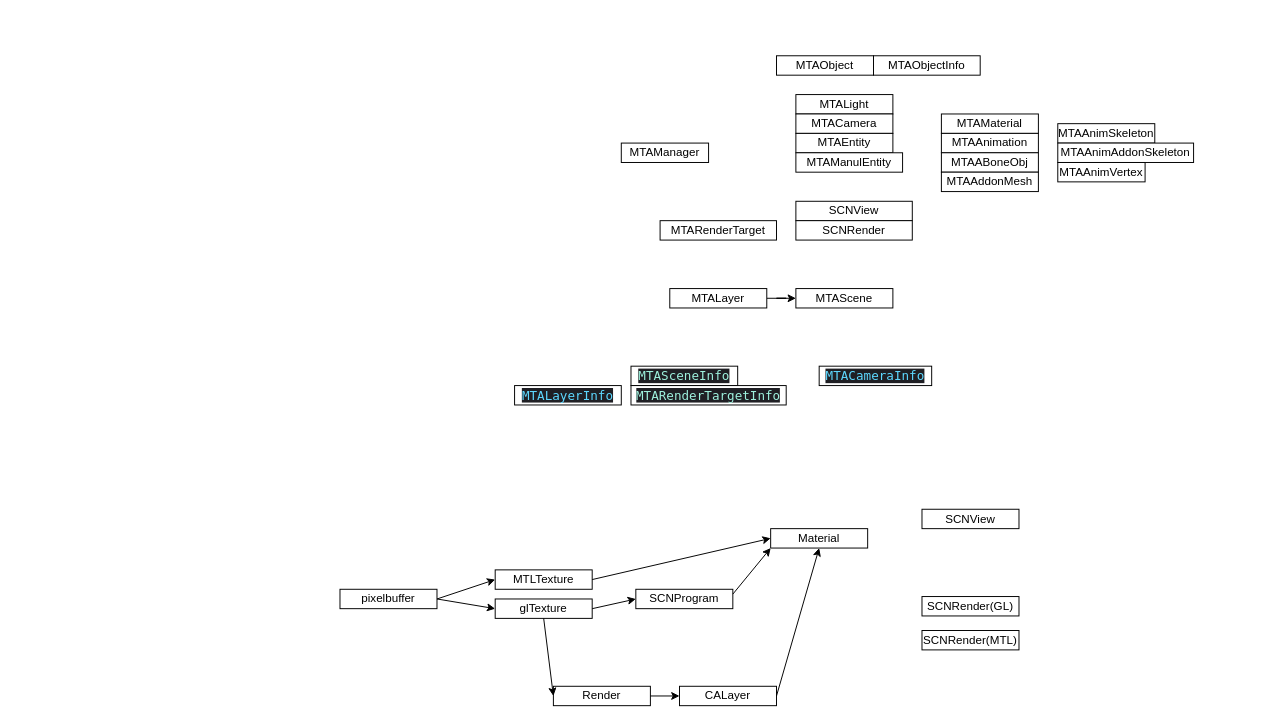
Before: SceneKit.drawio in loleng/mediatools, a draw.io diagram. Source tidied: cells renumbered, new cells numbered last; positions are measured from the earlier drawing's top-left corner, leaving out a move shared by most shapes. Both pictures are drawn from the tidied source at 97%, with x=0, y=0 at pixel (340, 55).
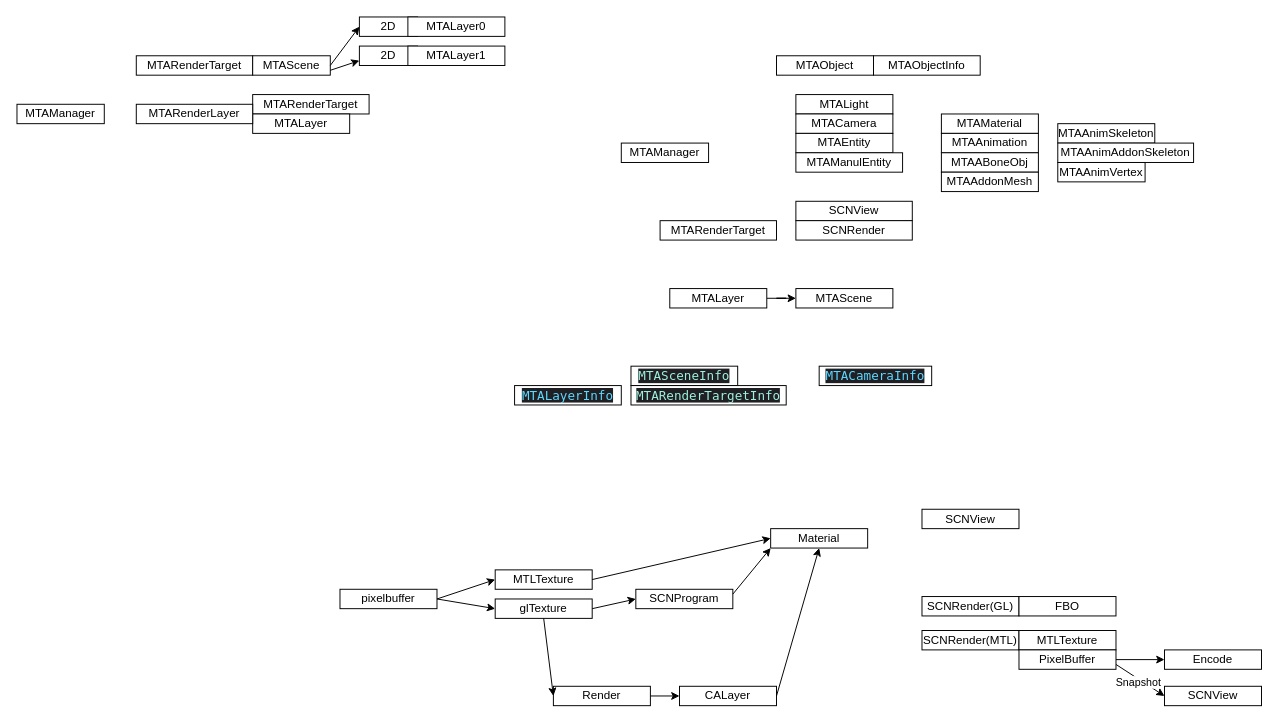
The same diagram, later.

Diff of the diagram source:
```diff
@@
+    <mxCell id="44" value="FBO" style="whiteSpace=wrap;html=1;" parent="1" vertex="1">
+      <mxGeometry x="700" y="557.5" width="100" height="20" as="geometry" />
+    </mxCell>
+    <mxCell id="45" value="MTLTexture" style="whiteSpace=wrap;html=1;" parent="1" vertex="1">
+      <mxGeometry x="700" y="592.5" width="100" height="20" as="geometry" />
+    </mxCell>
+    <mxCell id="46" style="edgeStyle=orthogonalEdgeStyle;rounded=0;jettySize=auto;html=1;" parent="1" edge="1" source="47" target="48">
+      <mxGeometry relative="1" as="geometry" />
+    </mxCell>
+    <mxCell id="47" value="PixelBuffer" style="whiteSpace=wrap;html=1;" parent="1" vertex="1">
+      <mxGeometry x="700" y="612.5" width="100" height="20" as="geometry" />
+    </mxCell>
+    <mxCell id="48" value="Encode" style="whiteSpace=wrap;html=1;" parent="1" vertex="1">
+      <mxGeometry x="850" y="612.5" width="100" height="20" as="geometry" />
+    </mxCell>
+    <mxCell id="49" value="SCNView" style="whiteSpace=wrap;html=1;" parent="1" vertex="1">
+      <mxGeometry x="850" y="650" width="100" height="20" as="geometry" />
+    </mxCell>
+    <mxCell id="50" style="endArrow=classic;html=1;exitX=1;exitY=0.75;exitDx=0;exitDy=0;entryX=0;entryY=0.5;entryDx=0;entryDy=0;" parent="1" edge="1" source="47" target="49">
+      <mxGeometry relative="1" as="geometry" />
+    </mxCell>
+    <mxCell id="51" value="Snapshot" style="edgeLabel;html=1;align=center;verticalAlign=middle;" parent="50" vertex="1">
+      <mxGeometry x="-0.02" y="-3" relative="1" as="geometry" />
+    </mxCell>
+    <mxCell id="52" value="MTAManager" style="whiteSpace=wrap;html=1;" parent="1" vertex="1">
+      <mxGeometry x="-333" y="50" width="90" height="20" as="geometry" />
+    </mxCell>
+    <mxCell id="53" value="MTARenderTarget" style="whiteSpace=wrap;html=1;" parent="1" vertex="1">
+      <mxGeometry x="-210" width="120" height="20" as="geometry" />
+    </mxCell>
+    <mxCell id="54" value="MTAScene" style="whiteSpace=wrap;html=1;" parent="1" vertex="1">
+      <mxGeometry x="-90" width="80" height="20" as="geometry" />
+    </mxCell>
+    <mxCell id="55" value="2D" style="whiteSpace=wrap;html=1;" parent="1" vertex="1">
+      <mxGeometry x="20" y="-40" width="60" height="20" as="geometry" />
+    </mxCell>
+    <mxCell id="56" value="MTALayer0" style="whiteSpace=wrap;html=1;" parent="1" vertex="1">
+      <mxGeometry x="70" y="-40" width="100" height="20" as="geometry" />
+    </mxCell>
+    <mxCell id="57" value="2D" style="whiteSpace=wrap;html=1;" parent="1" vertex="1">
+      <mxGeometry x="20" y="-10" width="60" height="20" as="geometry" />
+    </mxCell>
+    <mxCell id="58" value="MTALayer1" style="whiteSpace=wrap;html=1;" parent="1" vertex="1">
+      <mxGeometry x="70" y="-10" width="100" height="20" as="geometry" />
+    </mxCell>
+    <mxCell id="59" value="MTARenderTarget" style="whiteSpace=wrap;html=1;" parent="1" vertex="1">
+      <mxGeometry x="-90" y="40" width="120" height="20" as="geometry" />
+    </mxCell>
+    <mxCell id="60" style="endArrow=classic;html=1;exitX=1;exitY=0.5;exitDx=0;exitDy=0;entryX=0;entryY=0.5;entryDx=0;entryDy=0;" parent="1" edge="1" source="54" target="55">
+      <mxGeometry relative="1" as="geometry" />
+    </mxCell>
+    <mxCell id="61" style="endArrow=classic;html=1;exitX=1;exitY=0.75;exitDx=0;exitDy=0;entryX=0;entryY=0.75;entryDx=0;entryDy=0;" parent="1" edge="1" source="54" target="57">
+      <mxGeometry relative="1" as="geometry" />
+    </mxCell>
+    <mxCell id="62" value="MTALayer" style="whiteSpace=wrap;html=1;" parent="1" vertex="1">
+      <mxGeometry x="-90" y="60" width="100" height="20" as="geometry" />
+    </mxCell>
+    <mxCell id="63" value="MTARenderLayer" style="whiteSpace=wrap;html=1;" parent="1" vertex="1">
+      <mxGeometry x="-210" y="50" width="120" height="20" as="geometry" />
+    </mxCell>
```
